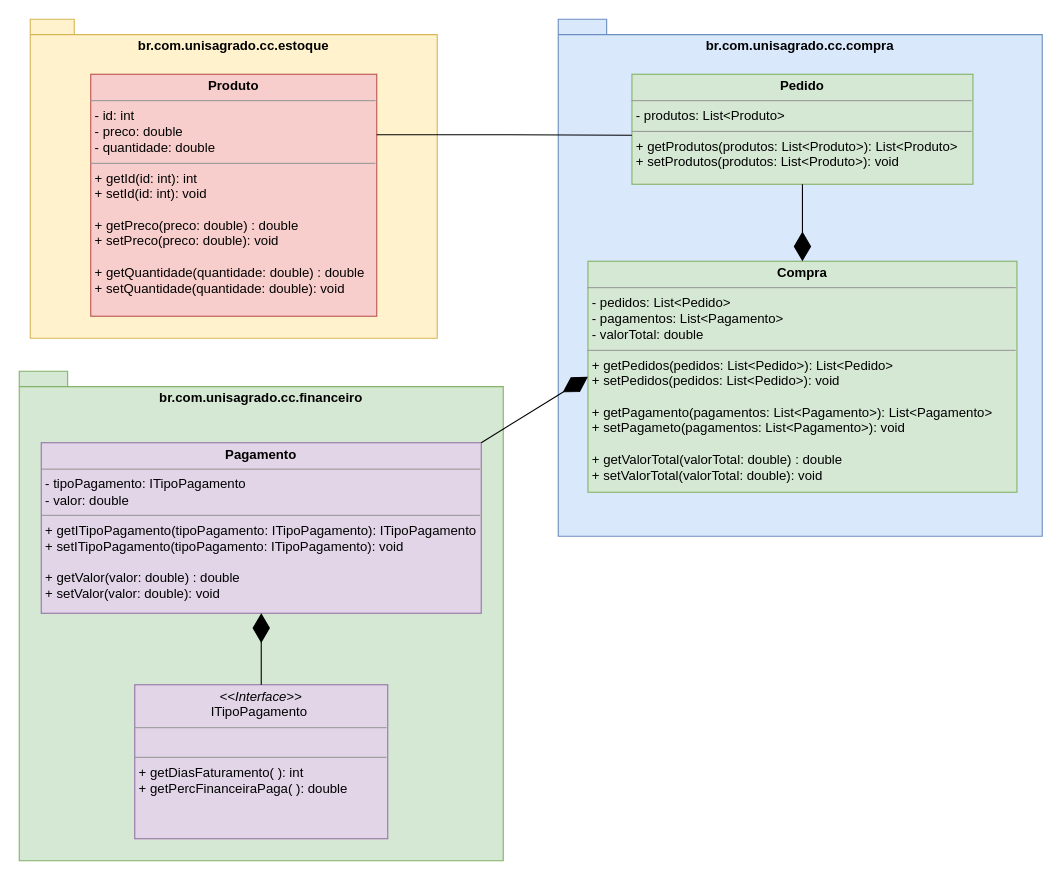
The draw.io diagram Conversão de Java para Diagrama de Classes.drawio in UnisagradoWorks/engenharia-software, before the edit. Source tidied: cells renumbered, new cells numbered last; positions are measured from the earlier drawing's top-left corner, leaving out a move shared by most shapes. Both pictures are drawn from the tidied source at 110%, with x=0, y=0 at pixel (19, 19).
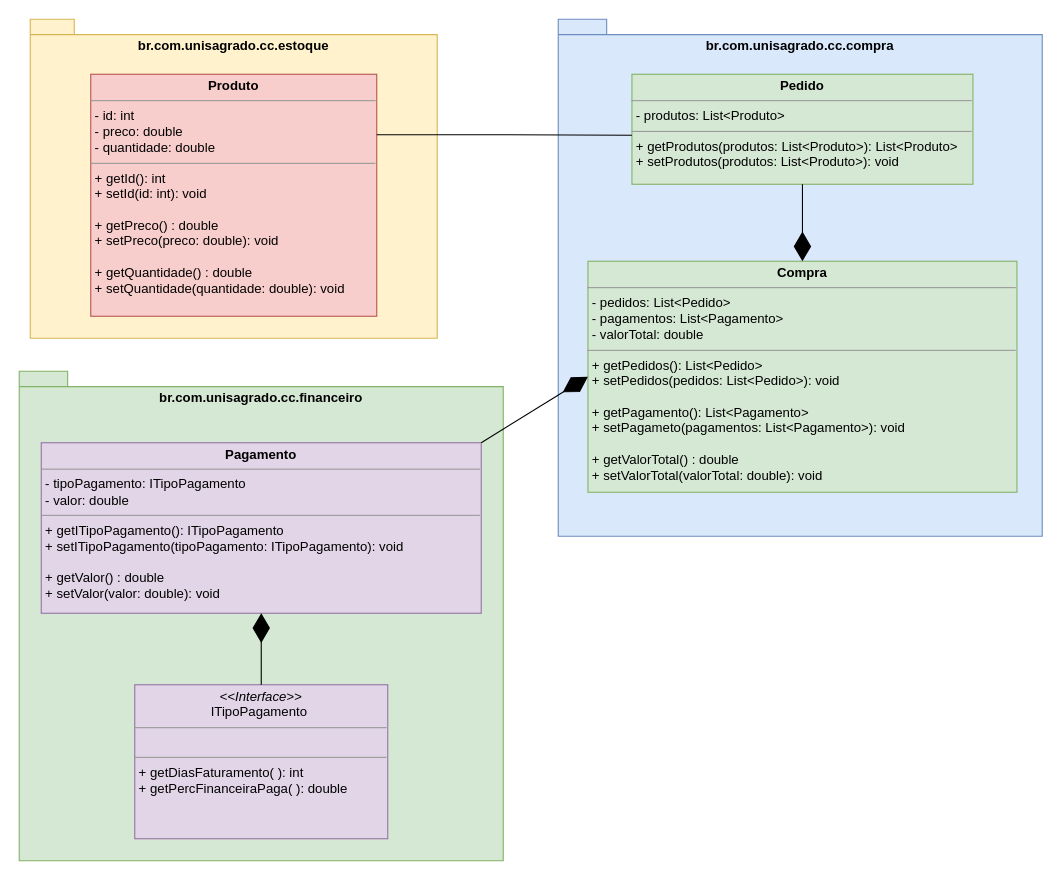
The same diagram, later.

Commit message:
ajustes nos getters e setters

Change to the diagram source:
```diff
@@
 <mxGraphModel>
   <root>
     <mxCell id="0" />
     <mxCell id="1" parent="0" />
     <mxCell id="2" value="br.com.unisagrado.cc.estoque" style="shape=folder;fontStyle=1;spacingTop=10;tabWidth=40;tabHeight=14;tabPosition=left;html=1;whiteSpace=wrap;verticalAlign=top;fillColor=#fff2cc;strokeColor=#d6b656;" parent="1" vertex="1">
       <mxGeometry x="10" width="370" height="290" as="geometry" />
     </mxCell>
-    <mxCell id="3" value="&lt;p style=&quot;margin:0px;margin-top:4px;text-align:center;&quot;&gt;&lt;b&gt;Produto&lt;/b&gt;&lt;/p&gt;&lt;hr size=&quot;1&quot;&gt;&lt;p style=&quot;margin:0px;margin-left:4px;&quot;&gt;- id: int&lt;/p&gt;&lt;p style=&quot;margin:0px;margin-left:4px;&quot;&gt;- preco: double&lt;/p&gt;&lt;p style=&quot;margin:0px;margin-left:4px;&quot;&gt;- quantidade: double&lt;/p&gt;&lt;hr size=&quot;1&quot;&gt;&lt;p style=&quot;margin:0px;margin-left:4px;&quot;&gt;+ getId(id: int): int&lt;/p&gt;&lt;p style=&quot;margin:0px;margin-left:4px;&quot;&gt;+ setId(id: int): void&lt;/p&gt;&lt;p style=&quot;margin:0px;margin-left:4px;&quot;&gt;&lt;br&gt;&lt;/p&gt;&lt;p style=&quot;margin:0px;margin-left:4px;&quot;&gt;+ getPreco(preco: double) : double&amp;nbsp;&lt;/p&gt;&lt;p style=&quot;margin:0px;margin-left:4px;&quot;&gt;&lt;span style=&quot;background-color: initial;&quot;&gt;+ setPreco(preco: double): void&lt;/span&gt;&lt;/p&gt;&lt;p style=&quot;margin:0px;margin-left:4px;&quot;&gt;&lt;br&gt;&lt;/p&gt;&lt;p style=&quot;margin:0px;margin-left:4px;&quot;&gt;+ getQuantidade(quantidade: double) : double&lt;/p&gt;&lt;p style=&quot;margin:0px;margin-left:4px;&quot;&gt;&lt;span style=&quot;background-color: initial;&quot;&gt;+ setQuantidade(quantidade: double): void&lt;/span&gt;&lt;/p&gt;" style="verticalAlign=top;align=left;overflow=fill;fontSize=12;fontFamily=Helvetica;html=1;whiteSpace=wrap;fillColor=#f8cecc;strokeColor=#b85450;" parent="1" vertex="1">
+    <mxCell id="3" value="&lt;p style=&quot;margin:0px;margin-top:4px;text-align:center;&quot;&gt;&lt;b&gt;Produto&lt;/b&gt;&lt;/p&gt;&lt;hr size=&quot;1&quot;&gt;&lt;p style=&quot;margin:0px;margin-left:4px;&quot;&gt;- id: int&lt;/p&gt;&lt;p style=&quot;margin:0px;margin-left:4px;&quot;&gt;- preco: double&lt;/p&gt;&lt;p style=&quot;margin:0px;margin-left:4px;&quot;&gt;- quantidade: double&lt;/p&gt;&lt;hr size=&quot;1&quot;&gt;&lt;p style=&quot;margin:0px;margin-left:4px;&quot;&gt;+ getId(): int&lt;/p&gt;&lt;p style=&quot;margin:0px;margin-left:4px;&quot;&gt;+ setId(id: int): void&lt;/p&gt;&lt;p style=&quot;margin:0px;margin-left:4px;&quot;&gt;&lt;br&gt;&lt;/p&gt;&lt;p style=&quot;margin:0px;margin-left:4px;&quot;&gt;+ getPreco() : double&amp;nbsp;&lt;/p&gt;&lt;p style=&quot;margin:0px;margin-left:4px;&quot;&gt;&lt;span style=&quot;background-color: initial;&quot;&gt;+ setPreco(preco: double): void&lt;/span&gt;&lt;/p&gt;&lt;p style=&quot;margin:0px;margin-left:4px;&quot;&gt;&lt;br&gt;&lt;/p&gt;&lt;p style=&quot;margin:0px;margin-left:4px;&quot;&gt;+ getQuantidade() : double&lt;/p&gt;&lt;p style=&quot;margin:0px;margin-left:4px;&quot;&gt;&lt;span style=&quot;background-color: initial;&quot;&gt;+ setQuantidade(quantidade: double): void&lt;/span&gt;&lt;/p&gt;" style="verticalAlign=top;align=left;overflow=fill;fontSize=12;fontFamily=Helvetica;html=1;whiteSpace=wrap;fillColor=#f8cecc;strokeColor=#b85450;" parent="1" vertex="1">
       <mxGeometry x="65" y="50" width="260" height="220" as="geometry" />
     </mxCell>
     <mxCell id="4" style="group;" parent="1" vertex="1">
       <mxGeometry y="320" width="440" height="445" as="geometry" />
     </mxCell>
     <mxCell id="5" value="br.com.unisagrado.cc.financeiro" style="shape=folder;fontStyle=1;spacingTop=10;tabWidth=40;tabHeight=14;tabPosition=left;html=1;whiteSpace=wrap;verticalAlign=top;fillColor=#d5e8d4;strokeColor=#82b366;" parent="4" vertex="1">
       <mxGeometry width="440" height="445" as="geometry" />
     </mxCell>
-    <mxCell id="6" value="&lt;p style=&quot;margin:0px;margin-top:4px;text-align:center;&quot;&gt;&lt;b&gt;Pagamento&lt;/b&gt;&lt;/p&gt;&lt;hr size=&quot;1&quot;&gt;&lt;p style=&quot;margin:0px;margin-left:4px;&quot;&gt;- tipoPagamento: ITipoPagamento&lt;/p&gt;&lt;p style=&quot;margin:0px;margin-left:4px;&quot;&gt;- valor: double&lt;/p&gt;&lt;hr size=&quot;1&quot;&gt;&lt;p style=&quot;margin:0px;margin-left:4px;&quot;&gt;+ getITipoPagamento(tipoPagamento: ITipoPagamento): ITipoPagamento&lt;/p&gt;&lt;p style=&quot;margin:0px;margin-left:4px;&quot;&gt;+ setITipoPagamento(tipoPagamento: ITipoPagamento): void&lt;/p&gt;&lt;p style=&quot;margin:0px;margin-left:4px;&quot;&gt;&lt;br&gt;&lt;/p&gt;&lt;p style=&quot;margin:0px;margin-left:4px;&quot;&gt;+ getValor(valor: double) : double&amp;nbsp;&lt;/p&gt;&lt;p style=&quot;margin:0px;margin-left:4px;&quot;&gt;&lt;span style=&quot;background-color: initial;&quot;&gt;+ setValor(valor: double): void&lt;/span&gt;&lt;/p&gt;" style="verticalAlign=top;align=left;overflow=fill;fontSize=12;fontFamily=Helvetica;html=1;whiteSpace=wrap;fillColor=#e1d5e7;strokeColor=#9673a6;" parent="4" vertex="1">
+    <mxCell id="6" value="&lt;p style=&quot;margin:0px;margin-top:4px;text-align:center;&quot;&gt;&lt;b&gt;Pagamento&lt;/b&gt;&lt;/p&gt;&lt;hr size=&quot;1&quot;&gt;&lt;p style=&quot;margin:0px;margin-left:4px;&quot;&gt;- tipoPagamento: ITipoPagamento&lt;/p&gt;&lt;p style=&quot;margin:0px;margin-left:4px;&quot;&gt;- valor: double&lt;/p&gt;&lt;hr size=&quot;1&quot;&gt;&lt;p style=&quot;margin:0px;margin-left:4px;&quot;&gt;+ getITipoPagamento(): ITipoPagamento&lt;/p&gt;&lt;p style=&quot;margin:0px;margin-left:4px;&quot;&gt;+ setITipoPagamento(tipoPagamento: ITipoPagamento): void&lt;/p&gt;&lt;p style=&quot;margin:0px;margin-left:4px;&quot;&gt;&lt;br&gt;&lt;/p&gt;&lt;p style=&quot;margin:0px;margin-left:4px;&quot;&gt;+ getValor() : double&amp;nbsp;&lt;/p&gt;&lt;p style=&quot;margin:0px;margin-left:4px;&quot;&gt;&lt;span style=&quot;background-color: initial;&quot;&gt;+ setValor(valor: double): void&lt;/span&gt;&lt;/p&gt;" style="verticalAlign=top;align=left;overflow=fill;fontSize=12;fontFamily=Helvetica;html=1;whiteSpace=wrap;fillColor=#e1d5e7;strokeColor=#9673a6;" parent="4" vertex="1">
       <mxGeometry x="20" y="65" width="400" height="155" as="geometry" />
     </mxCell>
     <mxCell id="7" value="&lt;p style=&quot;margin:0px;margin-top:4px;text-align:center;&quot;&gt;&lt;i&gt;&amp;lt;&amp;lt;Interface&amp;gt;&amp;gt;&lt;/i&gt;&lt;br&gt;ITipoPagamento&lt;b&gt;&amp;nbsp;&lt;/b&gt;&lt;/p&gt;&lt;hr size=&quot;1&quot;&gt;&lt;p style=&quot;margin:0px;margin-left:4px;&quot;&gt;&lt;br&gt;&lt;/p&gt;&lt;hr size=&quot;1&quot;&gt;&lt;p style=&quot;margin:0px;margin-left:4px;&quot;&gt;+ getDiasFaturamento( ): int&lt;br&gt;+ getPercFinanceiraPaga( ): double&lt;/p&gt;" style="verticalAlign=top;align=left;overflow=fill;fontSize=12;fontFamily=Helvetica;html=1;whiteSpace=wrap;fillColor=#e1d5e7;strokeColor=#9673a6;" parent="4" vertex="1">
       <mxGeometry x="105" y="285" width="230" height="140" as="geometry" />
     </mxCell>
     <mxCell id="8" style="endArrow=diamondThin;endFill=1;endSize=24;html=1;rounded=0;exitX=0.5;exitY=0;exitDx=0;exitDy=0;entryX=0.5;entryY=1;entryDx=0;entryDy=0;" parent="4" edge="1" source="7" target="6">
       <mxGeometry relative="1" as="geometry" />
     </mxCell>
     <mxCell id="9" style="group;" parent="1" vertex="1">
       <mxGeometry x="490" width="440" height="470" as="geometry" />
     </mxCell>
     <mxCell id="10" value="br.com.unisagrado.cc.compra" style="shape=folder;fontStyle=1;spacingTop=10;tabWidth=40;tabHeight=14;tabPosition=left;html=1;whiteSpace=wrap;verticalAlign=top;fillColor=#dae8fc;strokeColor=#6c8ebf;" parent="9" vertex="1">
       <mxGeometry width="440" height="470" as="geometry" />
     </mxCell>
     <mxCell id="11" value="&lt;p style=&quot;margin:0px;margin-top:4px;text-align:center;&quot;&gt;&lt;b&gt;Pedido&lt;/b&gt;&lt;/p&gt;&lt;hr size=&quot;1&quot;&gt;&lt;p style=&quot;margin:0px;margin-left:4px;&quot;&gt;- produtos: List&amp;lt;Produto&amp;gt;&lt;/p&gt;&lt;hr size=&quot;1&quot;&gt;&lt;p style=&quot;margin:0px;margin-left:4px;&quot;&gt;+ getProdutos(produtos: List&amp;lt;Produto&amp;gt;): List&amp;lt;Produto&amp;gt;&amp;nbsp;&lt;/p&gt;&lt;p style=&quot;margin:0px;margin-left:4px;&quot;&gt;+ setProdutos(produtos: List&amp;lt;Produto&amp;gt;): void&lt;/p&gt;&lt;p style=&quot;margin:0px;margin-left:4px;&quot;&gt;&lt;br&gt;&lt;/p&gt;" style="verticalAlign=top;align=left;overflow=fill;fontSize=12;fontFamily=Helvetica;html=1;whiteSpace=wrap;fillColor=#d5e8d4;strokeColor=#82b366;" parent="9" vertex="1">
       <mxGeometry x="67" y="50" width="310" height="100" as="geometry" />
     </mxCell>
-    <mxCell id="12" value="&lt;p style=&quot;margin:0px;margin-top:4px;text-align:center;&quot;&gt;&lt;b&gt;Compra&lt;/b&gt;&lt;/p&gt;&lt;hr size=&quot;1&quot;&gt;&lt;p style=&quot;margin:0px;margin-left:4px;&quot;&gt;- pedidos: List&amp;lt;Pedido&amp;gt;&lt;/p&gt;&lt;p style=&quot;margin:0px;margin-left:4px;&quot;&gt;- pagamentos: List&amp;lt;Pagamento&amp;gt;&lt;/p&gt;&lt;p style=&quot;margin:0px;margin-left:4px;&quot;&gt;- valorTotal: double&lt;/p&gt;&lt;hr size=&quot;1&quot;&gt;&lt;p style=&quot;border-color: var(--border-color); margin: 0px 0px 0px 4px;&quot;&gt;+ getPedidos(pedidos: List&amp;lt;Pedido&amp;gt;): List&amp;lt;Pedido&amp;gt;&amp;nbsp;&lt;/p&gt;&lt;p style=&quot;border-color: var(--border-color); margin: 0px 0px 0px 4px;&quot;&gt;+ setPedidos(pedidos: List&amp;lt;Pedido&amp;gt;): void&lt;/p&gt;&lt;p style=&quot;border-color: var(--border-color); margin: 0px 0px 0px 4px;&quot;&gt;&lt;br&gt;&lt;/p&gt;&lt;p style=&quot;border-color: var(--border-color); margin: 0px 0px 0px 4px;&quot;&gt;+ getPagamento(pagamentos: List&amp;lt;Pagamento&amp;gt;): List&amp;lt;Pagamento&amp;gt;&amp;nbsp;&lt;/p&gt;&lt;p style=&quot;border-color: var(--border-color); margin: 0px 0px 0px 4px;&quot;&gt;+ setPagameto(pagamentos: List&amp;lt;Pagamento&amp;gt;): void&lt;/p&gt;&lt;p style=&quot;margin:0px;margin-left:4px;&quot;&gt;&lt;br&gt;&lt;/p&gt;&lt;p style=&quot;margin:0px;margin-left:4px;&quot;&gt;+ getValorTotal(valorTotal: double) : double&lt;/p&gt;&lt;p style=&quot;margin:0px;margin-left:4px;&quot;&gt;+ setValorTotal(valorTotal: double): void&lt;/p&gt;" style="verticalAlign=top;align=left;overflow=fill;fontSize=12;fontFamily=Helvetica;html=1;whiteSpace=wrap;fillColor=#d5e8d4;strokeColor=#82b366;" parent="9" vertex="1">
+    <mxCell id="12" value="&lt;p style=&quot;margin:0px;margin-top:4px;text-align:center;&quot;&gt;&lt;b&gt;Compra&lt;/b&gt;&lt;/p&gt;&lt;hr size=&quot;1&quot;&gt;&lt;p style=&quot;margin:0px;margin-left:4px;&quot;&gt;- pedidos: List&amp;lt;Pedido&amp;gt;&lt;/p&gt;&lt;p style=&quot;margin:0px;margin-left:4px;&quot;&gt;- pagamentos: List&amp;lt;Pagamento&amp;gt;&lt;/p&gt;&lt;p style=&quot;margin:0px;margin-left:4px;&quot;&gt;- valorTotal: double&lt;/p&gt;&lt;hr size=&quot;1&quot;&gt;&lt;p style=&quot;border-color: var(--border-color); margin: 0px 0px 0px 4px;&quot;&gt;+ getPedidos(): List&amp;lt;Pedido&amp;gt;&amp;nbsp;&lt;/p&gt;&lt;p style=&quot;border-color: var(--border-color); margin: 0px 0px 0px 4px;&quot;&gt;+ setPedidos(pedidos: List&amp;lt;Pedido&amp;gt;): void&lt;/p&gt;&lt;p style=&quot;border-color: var(--border-color); margin: 0px 0px 0px 4px;&quot;&gt;&lt;br&gt;&lt;/p&gt;&lt;p style=&quot;border-color: var(--border-color); margin: 0px 0px 0px 4px;&quot;&gt;+ getPagamento(): List&amp;lt;Pagamento&amp;gt;&amp;nbsp;&lt;/p&gt;&lt;p style=&quot;border-color: var(--border-color); margin: 0px 0px 0px 4px;&quot;&gt;+ setPagameto(pagamentos: List&amp;lt;Pagamento&amp;gt;): void&lt;/p&gt;&lt;p style=&quot;margin:0px;margin-left:4px;&quot;&gt;&lt;br&gt;&lt;/p&gt;&lt;p style=&quot;margin:0px;margin-left:4px;&quot;&gt;+ getValorTotal() : double&lt;/p&gt;&lt;p style=&quot;margin:0px;margin-left:4px;&quot;&gt;+ setValorTotal(valorTotal: double): void&lt;/p&gt;" style="verticalAlign=top;align=left;overflow=fill;fontSize=12;fontFamily=Helvetica;html=1;whiteSpace=wrap;fillColor=#d5e8d4;strokeColor=#82b366;" parent="9" vertex="1">
       <mxGeometry x="27" y="220" width="390" height="210" as="geometry" />
     </mxCell>
     <mxCell id="13" style="endArrow=diamondThin;endFill=1;endSize=24;html=1;rounded=0;entryX=0.5;entryY=0;entryDx=0;entryDy=0;" parent="9" edge="1" source="11" target="12">
       <mxGeometry relative="1" as="geometry" />
     </mxCell>
     <mxCell id="14" style="endArrow=diamondThin;endFill=1;endSize=24;html=1;rounded=0;exitX=1;exitY=0;exitDx=0;exitDy=0;" parent="1" edge="1" source="6">
       <mxGeometry relative="1" as="geometry">
         <mxPoint x="517" y="325" as="targetPoint" />
       </mxGeometry>
     </mxCell>
     <mxCell id="15" style="endArrow=none;html=1;edgeStyle=orthogonalEdgeStyle;rounded=0;exitX=1;exitY=0.25;exitDx=0;exitDy=0;entryX=0;entryY=0.555;entryDx=0;entryDy=0;entryPerimeter=0;" parent="1" edge="1" source="3" target="11">
       <mxGeometry relative="1" as="geometry" />
     </mxCell>
   </root>
 </mxGraphModel>
```
